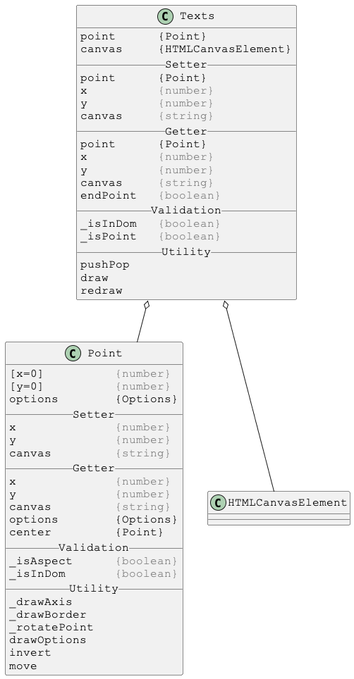
Earlier version of the PlantUML export docs/PlantUml/images/linked/Texts-linked.png (Justin-Byrne/canvasLab).
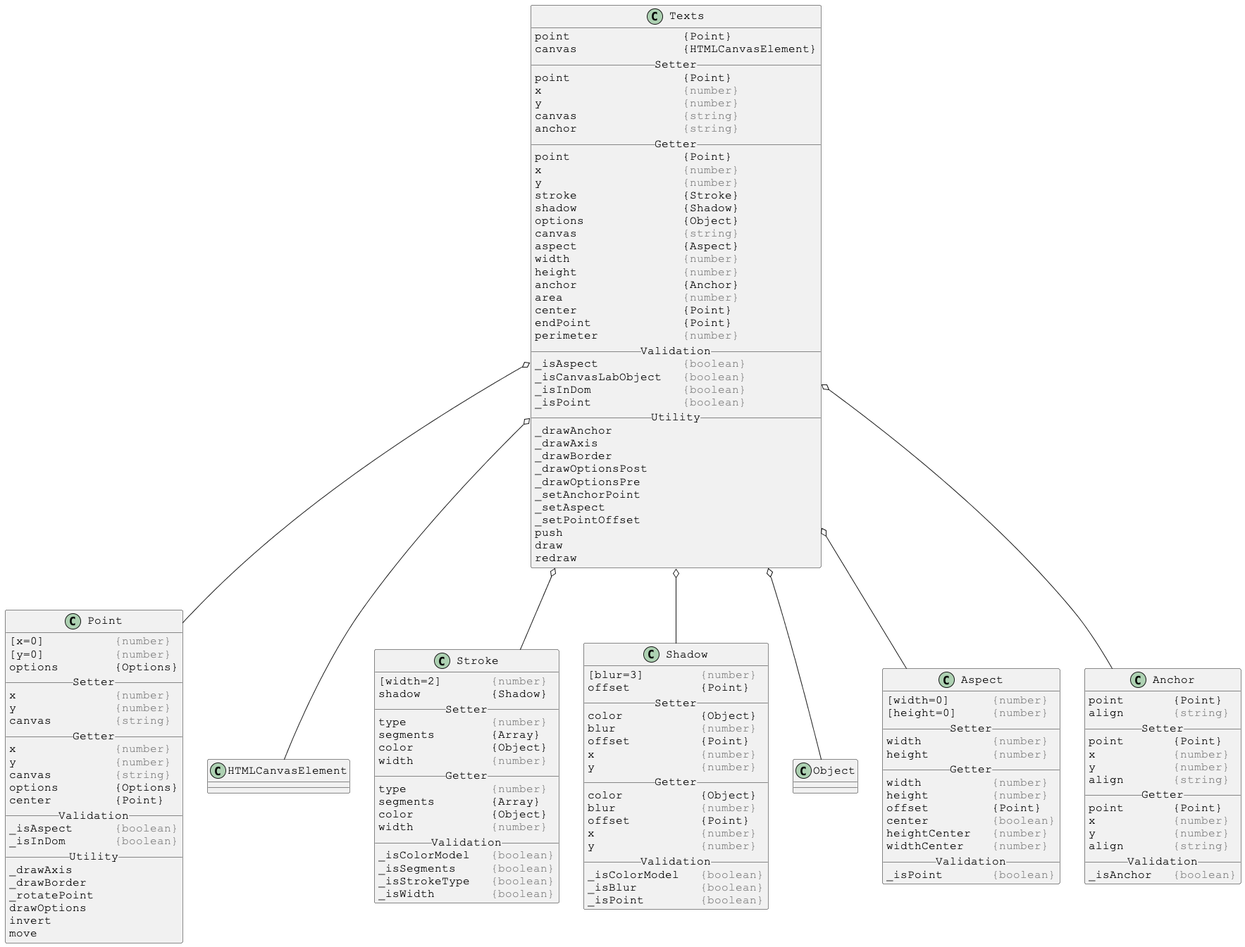
Above is the later version.

Diff of the diagram source:
```diff
@@ -4,30 +4,56 @@
 skinparam DefaultFontName Courier New
 
 class Texts {
-point      {Point}
-canvas     {HTMLCanvasElement}
+point                {Point}
+canvas               {HTMLCanvasElement}
 __ Setter __
-point      {Point}
-x          <color:gray>{number}</color>
-y          <color:gray>{number}</color>
-canvas     <color:gray>{string}</color>
+point                {Point}
+x                    <color:gray>{number}</color>
+y                    <color:gray>{number}</color>
+canvas               <color:gray>{string}</color>
+anchor               <color:gray>{string}</color>
 __ Getter __
-point      {Point}
-x          <color:gray>{number}</color>
-y          <color:gray>{number}</color>
-canvas     <color:gray>{string}</color>
-endPoint   <color:gray>{boolean}</color>
+point                {Point}
+x                    <color:gray>{number}</color>
+y                    <color:gray>{number}</color>
+stroke               {Stroke}
+shadow               {Shadow}
+options              {Object}
+canvas               <color:gray>{string}</color>
+aspect               {Aspect}
+width                <color:gray>{number}</color>
+height               <color:gray>{number}</color>
+anchor               {Anchor}
+area                 <color:gray>{number}</color>
+center               {Point}
+endPoint             {Point}
+perimeter            <color:gray>{number}</color>
 __ Validation __
-_isInDom   <color:gray>{boolean}</color>
-_isPoint   <color:gray>{boolean}</color>
+_isAspect            <color:gray>{boolean}</color>
+_isCanvasLabObject   <color:gray>{boolean}</color>
+_isInDom             <color:gray>{boolean}</color>
+_isPoint             <color:gray>{boolean}</color>
 __ Utility __
-pushPop
+_drawAnchor
+_drawAxis
+_drawBorder
+_drawOptionsPost
+_drawOptionsPre
+_setAnchorPoint
+_setAspect
+_setPointOffset
+push
 draw
 redraw
 }
 
 Texts o-- Point
 Texts o-- HTMLCanvasElement
+Texts o-- Stroke
+Texts o-- Shadow
+Texts o-- Object
+Texts o-- Aspect
+Texts o-- Anchor
 
 
 
@@ -60,4 +86,99 @@
 move
 }
 
+
+
+skinparam DefaultFontSize 16
+skinparam DefaultFontName Courier New
+
+class Stroke {
+[width=2]       <color:gray>{number}</color>
+shadow          {Shadow}
+__ Setter __
+type            <color:gray>{number}</color>
+segments        {Array}
+color           {Object}
+width           <color:gray>{number}</color>
+__ Getter __
+type            <color:gray>{number}</color>
+segments        {Array}
+color           {Object}
+width           <color:gray>{number}</color>
+__ Validation __
+_isColorModel   <color:gray>{boolean}</color>
+_isSegments     <color:gray>{boolean}</color>
+_isStrokeType   <color:gray>{boolean}</color>
+_isWidth        <color:gray>{boolean}</color>
+}
+
+
+
+skinparam DefaultFontSize 16
+skinparam DefaultFontName Courier New
+
+class Shadow {
+[blur=3]        <color:gray>{number}</color>
+offset          {Point}
+__ Setter __
+color           {Object}
+blur            <color:gray>{number}</color>
+offset          {Point}
+x               <color:gray>{number}</color>
+y               <color:gray>{number}</color>
+__ Getter __
+color           {Object}
+blur            <color:gray>{number}</color>
+offset          {Point}
+x               <color:gray>{number}</color>
+y               <color:gray>{number}</color>
+__ Validation __
+_isColorModel   <color:gray>{boolean}</color>
+_isBlur         <color:gray>{boolean}</color>
+_isPoint        <color:gray>{boolean}</color>
+}
+
+
+
+skinparam DefaultFontSize 16
+skinparam DefaultFontName Courier New
+
+class Aspect {
+[width=0]      <color:gray>{number}</color>
+[height=0]     <color:gray>{number}</color>
+__ Setter __
+width          <color:gray>{number}</color>
+height         <color:gray>{number}</color>
+__ Getter __
+width          <color:gray>{number}</color>
+height         <color:gray>{number}</color>
+offset         {Point}
+center         <color:gray>{boolean}</color>
+heightCenter   <color:gray>{number}</color>
+widthCenter    <color:gray>{number}</color>
+__ Validation __
+_isPoint       <color:gray>{boolean}</color>
+}
+
+
+
+skinparam DefaultFontSize 16
+skinparam DefaultFontName Courier New
+
+class Anchor {
+point       {Point}
+align       <color:gray>{string}</color>
+__ Setter __
+point       {Point}
+x           <color:gray>{number}</color>
+y           <color:gray>{number}</color>
+align       <color:gray>{string}</color>
+__ Getter __
+point       {Point}
+x           <color:gray>{number}</color>
+y           <color:gray>{number}</color>
+align       <color:gray>{string}</color>
+__ Validation __
+_isAnchor   <color:gray>{boolean}</color>
+}
+
 @enduml
```
